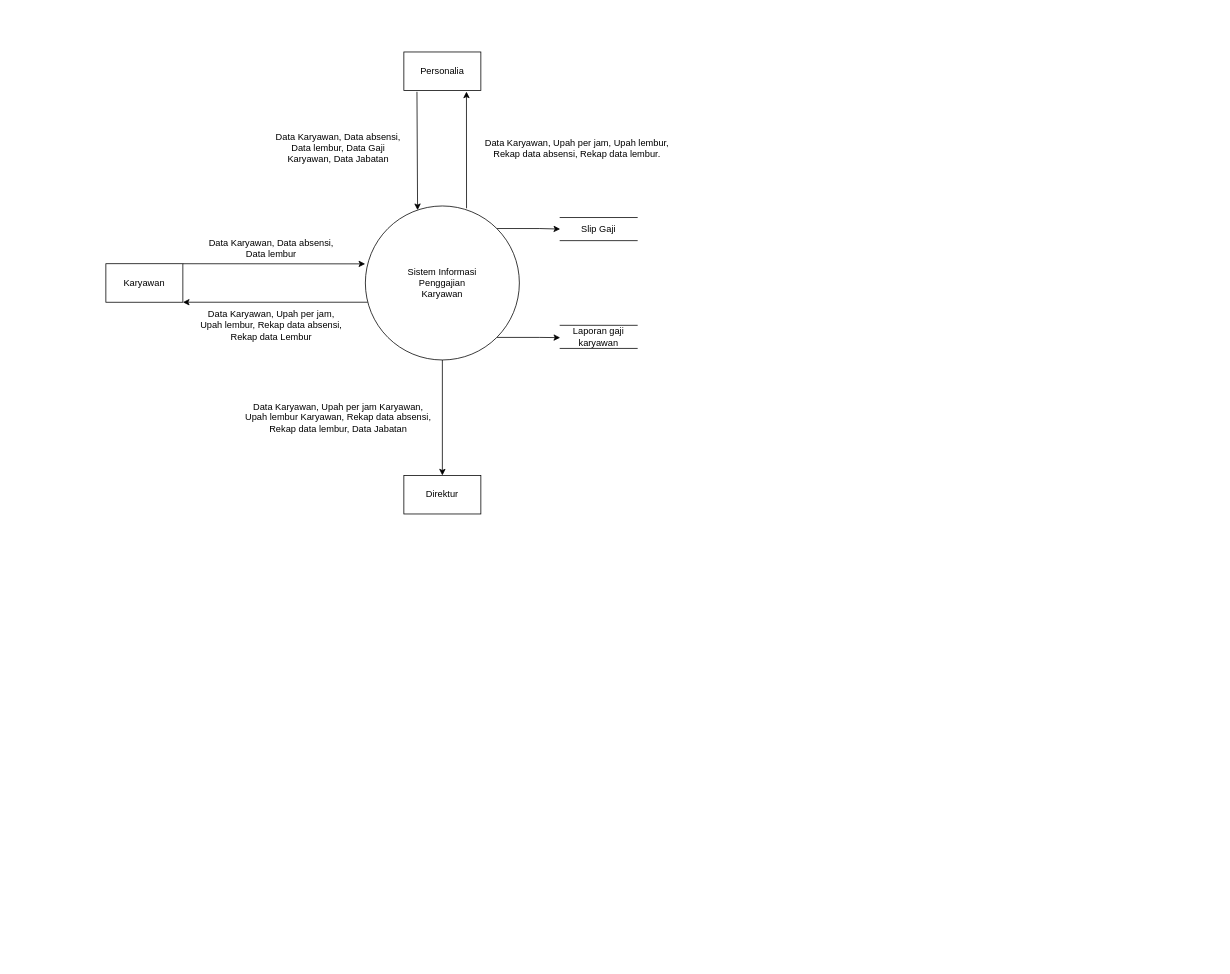
Above: page "Halaman-1" (1 of 2) of DFD.drawio in dapzz-id/DrawIO (draw.io), before the change. Source tidied: cells renumbered, new cells numbered last; positions are measured from the earlier drawing's top-left corner, leaving out a move shared by most shapes. Both pictures are drawn from the tidied source at 77%, with x=0, y=0 at pixel (105, 52).
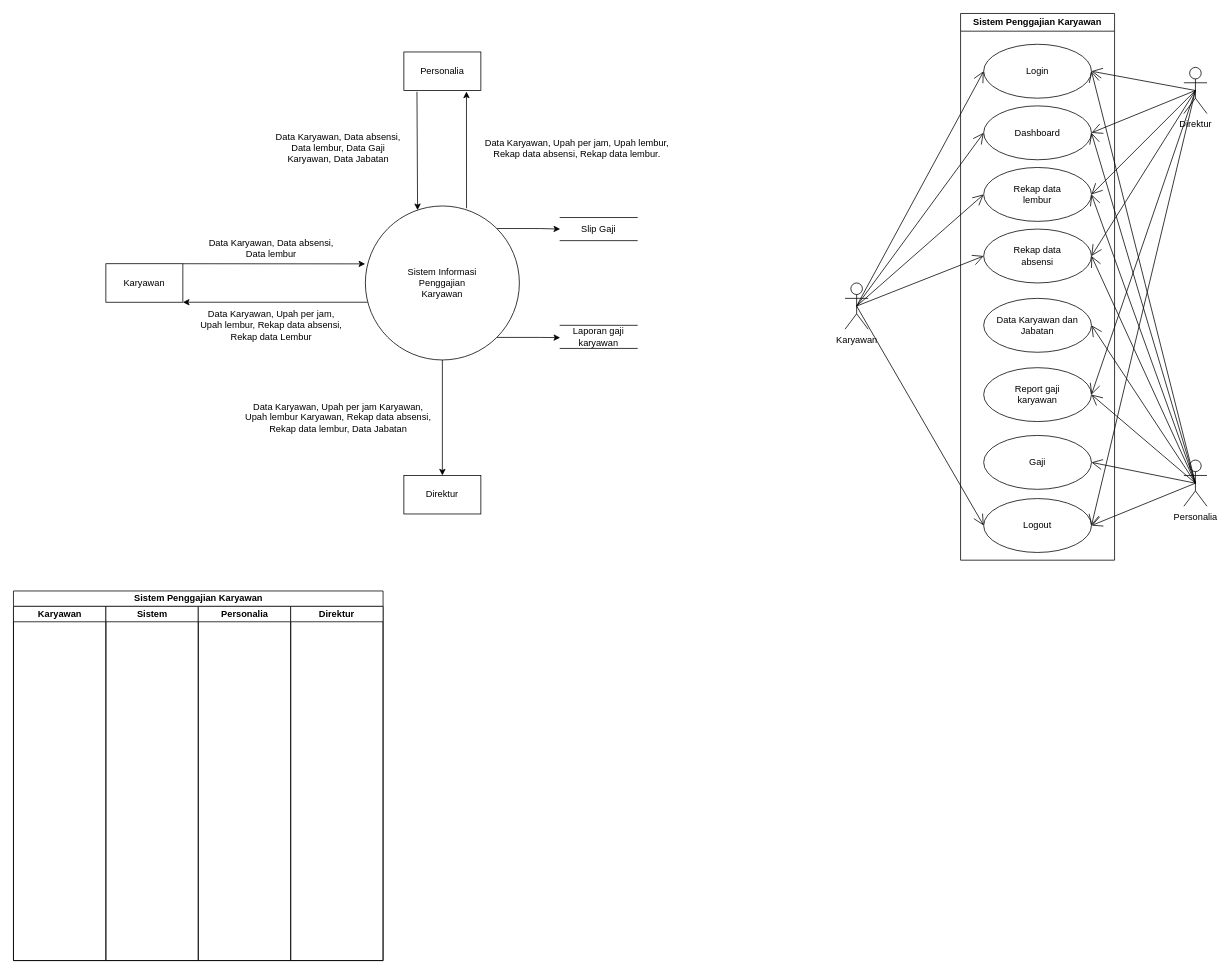
The same page after the edit.

What changed in the source:
```diff
@@
+    <mxCell id="20" value="Sistem Penggajian Karyawan" style="swimlane;whiteSpace=wrap;html=1;" parent="1" vertex="1">
+      <mxGeometry x="1110" y="-50" width="200" height="710" as="geometry" />
+    </mxCell>
+    <mxCell id="21" value="Login" style="ellipse;whiteSpace=wrap;html=1;" parent="20" vertex="1">
+      <mxGeometry x="30" y="40" width="140" height="70" as="geometry" />
+    </mxCell>
+    <mxCell id="22" value="Dashboard" style="ellipse;whiteSpace=wrap;html=1;" parent="20" vertex="1">
+      <mxGeometry x="30" y="120" width="140" height="70" as="geometry" />
+    </mxCell>
+    <mxCell id="23" value="Rekap data&lt;div&gt;lembur&lt;/div&gt;" style="ellipse;whiteSpace=wrap;html=1;" parent="20" vertex="1">
+      <mxGeometry x="30" y="200" width="140" height="70" as="geometry" />
+    </mxCell>
+    <mxCell id="24" value="Rekap data&lt;div&gt;absensi&lt;/div&gt;" style="ellipse;whiteSpace=wrap;html=1;" parent="20" vertex="1">
+      <mxGeometry x="30" y="280" width="140" height="70" as="geometry" />
+    </mxCell>
+    <mxCell id="25" value="Data Karyawan dan&lt;div&gt;Jabatan&lt;/div&gt;" style="ellipse;whiteSpace=wrap;html=1;" parent="20" vertex="1">
+      <mxGeometry x="30" y="370" width="140" height="70" as="geometry" />
+    </mxCell>
+    <mxCell id="26" value="Report gaji&lt;div&gt;karyawan&lt;/div&gt;" style="ellipse;whiteSpace=wrap;html=1;" parent="20" vertex="1">
+      <mxGeometry x="30" y="460" width="140" height="70" as="geometry" />
+    </mxCell>
+    <mxCell id="27" value="Gaji" style="ellipse;whiteSpace=wrap;html=1;" parent="20" vertex="1">
+      <mxGeometry x="30" y="548" width="140" height="70" as="geometry" />
+    </mxCell>
+    <mxCell id="28" value="Logout" style="ellipse;whiteSpace=wrap;html=1;" parent="20" vertex="1">
+      <mxGeometry x="30" y="630" width="140" height="70" as="geometry" />
+    </mxCell>
+    <mxCell id="29" value="Direktur" style="shape=umlActor;verticalLabelPosition=bottom;verticalAlign=top;html=1;" parent="1" vertex="1">
+      <mxGeometry x="1400" y="20" width="30" height="60" as="geometry" />
+    </mxCell>
+    <mxCell id="30" style="endArrow=open;endFill=1;endSize=12;html=1;rounded=0;exitX=0.5;exitY=0.5;exitDx=0;exitDy=0;exitPerimeter=0;entryX=1;entryY=0.5;entryDx=0;entryDy=0;" parent="1" edge="1" source="29" target="21">
+      <mxGeometry relative="1" as="geometry" />
+    </mxCell>
+    <mxCell id="31" style="endArrow=open;endFill=1;endSize=12;html=1;rounded=0;exitX=0.5;exitY=0.5;exitDx=0;exitDy=0;exitPerimeter=0;entryX=1;entryY=0.5;entryDx=0;entryDy=0;" parent="1" edge="1" source="29" target="22">
+      <mxGeometry relative="1" as="geometry" />
+    </mxCell>
+    <mxCell id="32" style="endArrow=open;endFill=1;endSize=12;html=1;rounded=0;exitX=0.5;exitY=0.5;exitDx=0;exitDy=0;exitPerimeter=0;entryX=1;entryY=0.5;entryDx=0;entryDy=0;" parent="1" edge="1" source="29" target="23">
+      <mxGeometry relative="1" as="geometry" />
+    </mxCell>
+    <mxCell id="33" style="endArrow=open;endFill=1;endSize=12;html=1;rounded=0;exitX=0.5;exitY=0.5;exitDx=0;exitDy=0;exitPerimeter=0;entryX=1;entryY=0.5;entryDx=0;entryDy=0;" parent="1" edge="1" source="29" target="24">
+      <mxGeometry relative="1" as="geometry" />
+    </mxCell>
+    <mxCell id="34" style="endArrow=open;endFill=1;endSize=12;html=1;rounded=0;exitX=0.5;exitY=0.5;exitDx=0;exitDy=0;exitPerimeter=0;entryX=1;entryY=0.5;entryDx=0;entryDy=0;" parent="1" edge="1" source="29" target="26">
+      <mxGeometry relative="1" as="geometry" />
+    </mxCell>
+    <mxCell id="35" style="endArrow=open;endFill=1;endSize=12;html=1;rounded=0;exitX=0.5;exitY=0.5;exitDx=0;exitDy=0;exitPerimeter=0;entryX=1;entryY=0.5;entryDx=0;entryDy=0;" parent="1" edge="1" source="29" target="28">
+      <mxGeometry relative="1" as="geometry" />
+    </mxCell>
+    <mxCell id="36" value="Personalia" style="shape=umlActor;verticalLabelPosition=bottom;verticalAlign=top;html=1;" parent="1" vertex="1">
+      <mxGeometry x="1400" y="530" width="30" height="60" as="geometry" />
+    </mxCell>
+    <mxCell id="37" style="endArrow=open;endFill=1;endSize=12;html=1;rounded=0;exitX=0.5;exitY=0.5;exitDx=0;exitDy=0;exitPerimeter=0;entryX=1;entryY=0.5;entryDx=0;entryDy=0;" parent="1" edge="1" source="36" target="28">
+      <mxGeometry relative="1" as="geometry" />
+    </mxCell>
+    <mxCell id="38" style="endArrow=open;endFill=1;endSize=12;html=1;rounded=0;exitX=0.5;exitY=0.5;exitDx=0;exitDy=0;exitPerimeter=0;entryX=1;entryY=0.5;entryDx=0;entryDy=0;" parent="1" edge="1" source="36" target="25">
+      <mxGeometry relative="1" as="geometry" />
+    </mxCell>
+    <mxCell id="39" style="endArrow=open;endFill=1;endSize=12;html=1;rounded=0;exitX=0.5;exitY=0.5;exitDx=0;exitDy=0;exitPerimeter=0;entryX=1;entryY=0.5;entryDx=0;entryDy=0;" parent="1" edge="1" source="36" target="24">
+      <mxGeometry relative="1" as="geometry" />
+    </mxCell>
+    <mxCell id="40" style="endArrow=open;endFill=1;endSize=12;html=1;rounded=0;exitX=0.5;exitY=0.5;exitDx=0;exitDy=0;exitPerimeter=0;entryX=1;entryY=0.5;entryDx=0;entryDy=0;" parent="1" edge="1" source="36" target="23">
+      <mxGeometry relative="1" as="geometry" />
+    </mxCell>
+    <mxCell id="41" style="endArrow=open;endFill=1;endSize=12;html=1;rounded=0;exitX=0.5;exitY=0.5;exitDx=0;exitDy=0;exitPerimeter=0;entryX=1;entryY=0.5;entryDx=0;entryDy=0;" parent="1" edge="1" source="36" target="22">
+      <mxGeometry relative="1" as="geometry" />
+    </mxCell>
+    <mxCell id="42" style="endArrow=open;endFill=1;endSize=12;html=1;rounded=0;exitX=0.5;exitY=0.5;exitDx=0;exitDy=0;exitPerimeter=0;entryX=1;entryY=0.5;entryDx=0;entryDy=0;" parent="1" edge="1" source="36" target="21">
+      <mxGeometry relative="1" as="geometry" />
+    </mxCell>
+    <mxCell id="43" style="endArrow=open;endFill=1;endSize=12;html=1;rounded=0;exitX=0.5;exitY=0.5;exitDx=0;exitDy=0;exitPerimeter=0;entryX=1;entryY=0.5;entryDx=0;entryDy=0;" parent="1" edge="1" source="36" target="27">
+      <mxGeometry relative="1" as="geometry" />
+    </mxCell>
+    <mxCell id="44" value="Karyawan" style="shape=umlActor;verticalLabelPosition=bottom;verticalAlign=top;html=1;" parent="1" vertex="1">
+      <mxGeometry x="960" y="300" width="30" height="60" as="geometry" />
+    </mxCell>
+    <mxCell id="45" style="endArrow=open;endFill=1;endSize=12;html=1;rounded=0;exitX=0.5;exitY=0.5;exitDx=0;exitDy=0;exitPerimeter=0;entryX=0;entryY=0.5;entryDx=0;entryDy=0;" parent="1" edge="1" source="44" target="21">
+      <mxGeometry relative="1" as="geometry" />
+    </mxCell>
+    <mxCell id="46" style="endArrow=open;endFill=1;endSize=12;html=1;rounded=0;exitX=0.5;exitY=0.5;exitDx=0;exitDy=0;exitPerimeter=0;entryX=0;entryY=0.5;entryDx=0;entryDy=0;" parent="1" edge="1" source="44" target="22">
+      <mxGeometry relative="1" as="geometry" />
+    </mxCell>
+    <mxCell id="47" style="endArrow=open;endFill=1;endSize=12;html=1;rounded=0;exitX=0.5;exitY=0.5;exitDx=0;exitDy=0;exitPerimeter=0;entryX=0;entryY=0.5;entryDx=0;entryDy=0;" parent="1" edge="1" source="44" target="23">
+      <mxGeometry relative="1" as="geometry" />
+    </mxCell>
+    <mxCell id="48" style="endArrow=open;endFill=1;endSize=12;html=1;rounded=0;exitX=0.5;exitY=0.5;exitDx=0;exitDy=0;exitPerimeter=0;entryX=0;entryY=0.5;entryDx=0;entryDy=0;" parent="1" edge="1" source="44" target="24">
+      <mxGeometry relative="1" as="geometry" />
+    </mxCell>
+    <mxCell id="49" style="endArrow=open;endFill=1;endSize=12;html=1;rounded=0;exitX=0.5;exitY=0.5;exitDx=0;exitDy=0;exitPerimeter=0;entryX=0;entryY=0.5;entryDx=0;entryDy=0;" parent="1" edge="1" source="44" target="28">
+      <mxGeometry relative="1" as="geometry" />
+    </mxCell>
+    <mxCell id="50" style="endArrow=open;endFill=1;endSize=12;html=1;rounded=0;exitX=0.5;exitY=0.5;exitDx=0;exitDy=0;exitPerimeter=0;entryX=1;entryY=0.5;entryDx=0;entryDy=0;" parent="1" edge="1" source="36" target="26">
+      <mxGeometry relative="1" as="geometry" />
+    </mxCell>
+    <mxCell id="51" value="Sistem Penggajian Karyawan" style="swimlane;startSize=20;html=1;" parent="1" vertex="1">
+      <mxGeometry x="-120" y="700" width="480" height="480" as="geometry" />
+    </mxCell>
+    <mxCell id="52" value="Karyawan" style="swimlane;startSize=20;html=1;" parent="51" vertex="1">
+      <mxGeometry y="20" width="120" height="460" as="geometry" />
+    </mxCell>
+    <mxCell id="53" value="Sistem" style="swimlane;startSize=20;html=1;" parent="51" vertex="1">
+      <mxGeometry x="120" y="20" width="120" height="460" as="geometry" />
+    </mxCell>
+    <mxCell id="54" value="Personalia" style="swimlane;startSize=20;html=1;" parent="51" vertex="1">
+      <mxGeometry x="240" y="20" width="120" height="460" as="geometry" />
+    </mxCell>
+    <mxCell id="55" value="Direktur" style="swimlane;startSize=20;whiteSpace=wrap;html=1;" parent="51" vertex="1">
+      <mxGeometry x="360" y="20" width="120" height="460" as="geometry" />
+    </mxCell>
```
